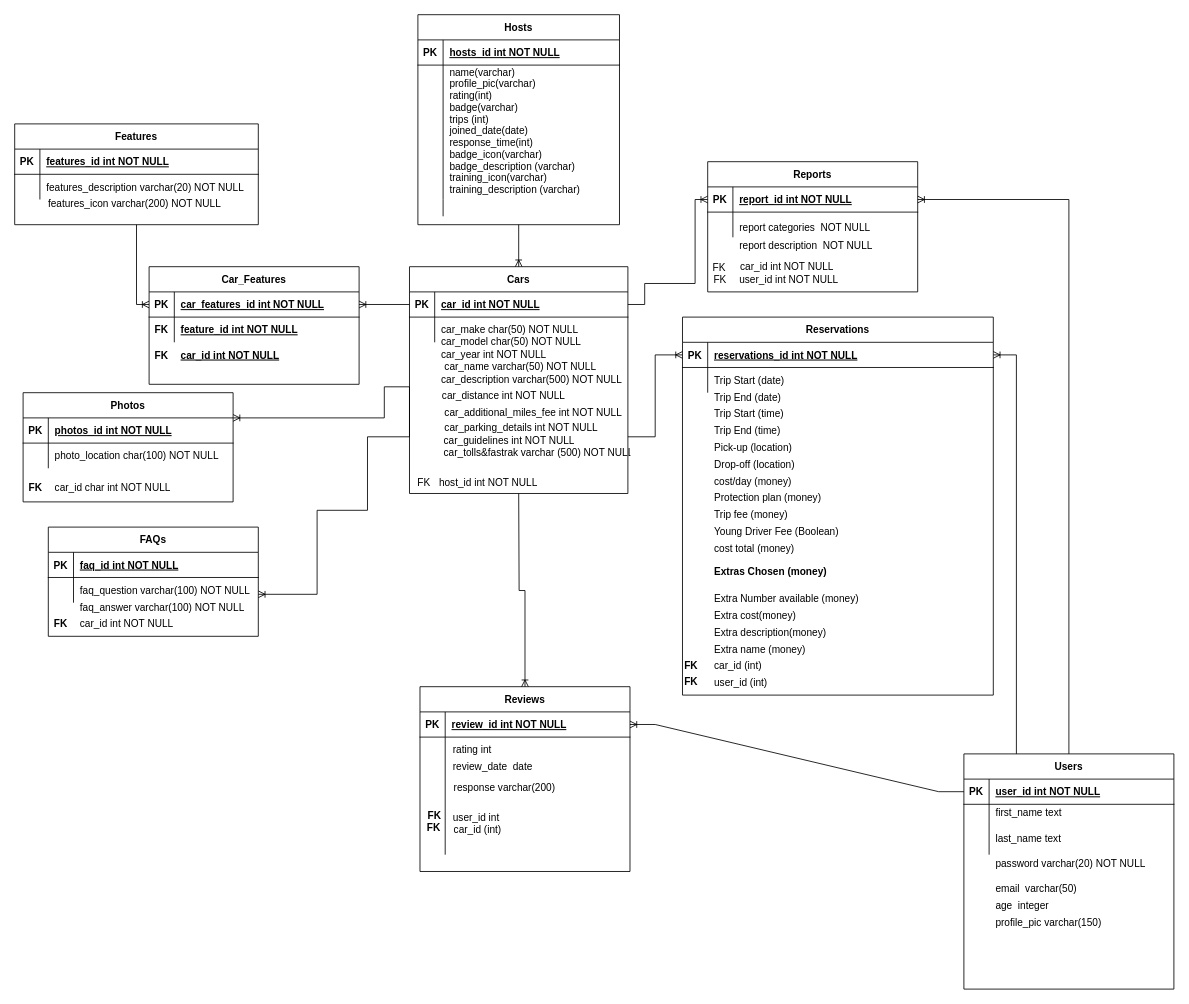
Before: page "ERD" (1 of 2) of Untitled Diagram.drawio in crose275/fec-turo, a draw.io diagram. Source tidied: cells renumbered, new cells numbered last; positions are measured from the earlier drawing's top-left corner, leaving out a move shared by most shapes. Both pictures are drawn from the tidied source at 84%, with x=0, y=0 at pixel (14, 14).
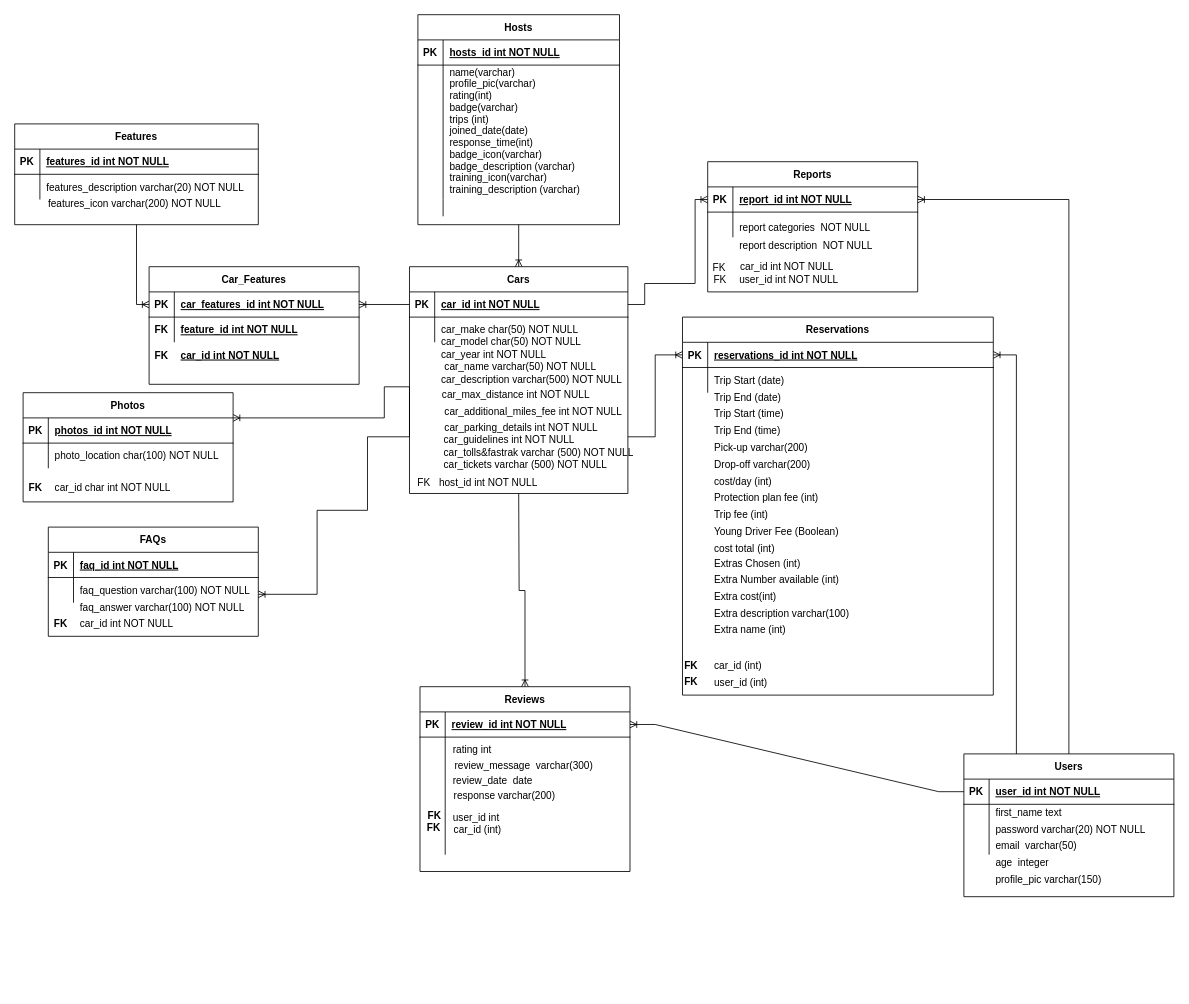
After the change.

The change refers to these unchanged cells:
```xml
<mxCell id="9" style="shape=partialRectangle;fillColor=none;top=0;left=0;right=0;bottom=0;" parent="2" vertex="1">
  <mxGeometry y="80" width="250" height="40" as="geometry" />
</mxCell>
```

The edit, as a diff of the source:
```diff
@@
     <mxCell id="2" value="Users" style="shape=table;startSize=30;childLayout=tableLayout;rowLines=0;fontStyle=1;align=center;" parent="1" vertex="1">
-      <mxGeometry x="1130" y="880" width="250" height="280" as="geometry" />
+      <mxGeometry x="1130" y="880" width="250" height="170" as="geometry" />
     </mxCell>
@@
-    <mxCell id="11" value="last_name text" style="shape=partialRectangle;overflow=hidden;fillColor=none;top=0;left=0;bottom=0;right=0;align=left;spacingLeft=6;" parent="9" vertex="1">
+    <mxCell id="11" style="shape=partialRectangle;overflow=hidden;fillColor=none;top=0;left=0;bottom=0;right=0;align=left;spacingLeft=6;" parent="9" vertex="1">
       <mxGeometry x="30" width="220" height="40" as="geometry" />
     </mxCell>
@@
-    <mxCell id="81" value="Pick-up (location)" style="shape=partialRectangle;overflow=hidden;fillColor=none;top=0;left=0;bottom=0;right=0;align=left;spacingLeft=6;" parent="1" vertex="1">
+    <mxCell id="81" value="Pick-up varchar(200)" style="shape=partialRectangle;overflow=hidden;fillColor=none;top=0;left=0;bottom=0;right=0;align=left;spacingLeft=6;" parent="1" vertex="1">
       <mxGeometry x="825" y="500" width="340" height="30" as="geometry" />
     </mxCell>
@@
-    <mxCell id="89" value="cost/day (money)" style="shape=partialRectangle;overflow=hidden;fillColor=none;top=0;left=0;bottom=0;right=0;align=left;spacingLeft=6;" parent="1" vertex="1">
+    <mxCell id="89" value="cost/day (int)" style="shape=partialRectangle;overflow=hidden;fillColor=none;top=0;left=0;bottom=0;right=0;align=left;spacingLeft=6;" parent="1" vertex="1">
       <mxGeometry x="825" y="540" width="340" height="30" as="geometry" />
     </mxCell>
@@
-    <mxCell id="91" value="cost total (money)" style="shape=partialRectangle;overflow=hidden;fillColor=none;top=0;left=0;bottom=0;right=0;align=left;spacingLeft=6;" parent="1" vertex="1">
+    <mxCell id="91" value="cost total (int)" style="shape=partialRectangle;overflow=hidden;fillColor=none;top=0;left=0;bottom=0;right=0;align=left;spacingLeft=6;" parent="1" vertex="1">
       <mxGeometry x="825" y="620" width="340" height="30" as="geometry" />
     </mxCell>
@@
     <mxCell id="97" style="shape=partialRectangle;fillColor=none;top=0;left=0;right=0;bottom=0;" parent="1" vertex="1">
-      <mxGeometry x="1130" y="1030" width="250" height="20" as="geometry" />
+      <mxGeometry x="1130" y="979" width="250" height="20" as="geometry" />
     </mxCell>
@@
     <mxCell id="100" style="shape=partialRectangle;fillColor=none;top=0;left=0;right=0;bottom=0;" parent="1" vertex="1">
-      <mxGeometry x="1130" y="1000" width="250" height="20" as="geometry" />
+      <mxGeometry x="1130" y="960" width="250" height="20" as="geometry" />
     </mxCell>
@@
     <mxCell id="104" style="shape=partialRectangle;fillColor=none;top=0;left=0;right=0;bottom=0;" parent="1" vertex="1">
-      <mxGeometry x="1130" y="1050" width="250" height="20" as="geometry" />
+      <mxGeometry x="1130" y="999" width="250" height="20" as="geometry" />
     </mxCell>
@@
-    <mxCell id="108" value="Drop-off (location)" style="shape=partialRectangle;overflow=hidden;fillColor=none;top=0;left=0;bottom=0;right=0;align=left;spacingLeft=6;" parent="1" vertex="1">
+    <mxCell id="108" value="Drop-off varchar(200)" style="shape=partialRectangle;overflow=hidden;fillColor=none;top=0;left=0;bottom=0;right=0;align=left;spacingLeft=6;" parent="1" vertex="1">
       <mxGeometry x="825" y="520" width="340" height="30" as="geometry" />
     </mxCell>
@@
-    <mxCell id="114" value="Protection plan (money)" style="shape=partialRectangle;overflow=hidden;fillColor=none;top=0;left=0;bottom=0;right=0;align=left;spacingLeft=6;" parent="1" vertex="1">
+    <mxCell id="114" value="Protection plan fee (int)" style="shape=partialRectangle;overflow=hidden;fillColor=none;top=0;left=0;bottom=0;right=0;align=left;spacingLeft=6;" parent="1" vertex="1">
       <mxGeometry x="825" y="560" width="340" height="30" as="geometry" />
     </mxCell>
@@
-    <mxCell id="118" value="Trip fee (money)" style="shape=partialRectangle;overflow=hidden;fillColor=none;top=0;left=0;bottom=0;right=0;align=left;spacingLeft=6;" parent="1" vertex="1">
+    <mxCell id="118" value="Trip fee (int)" style="shape=partialRectangle;overflow=hidden;fillColor=none;top=0;left=0;bottom=0;right=0;align=left;spacingLeft=6;" parent="1" vertex="1">
       <mxGeometry x="825" y="580" width="340" height="30" as="geometry" />
     </mxCell>
     <mxCell id="119" style="shape=partialRectangle;fillColor=none;top=0;left=0;right=0;bottom=0;" parent="1" vertex="1">
-      <mxGeometry x="1130" y="1070" width="250" height="20" as="geometry" />
+      <mxGeometry x="1130" y="1019" width="250" height="20" as="geometry" />
     </mxCell>
@@
-    <mxCell id="122" value="car_distance int NOT NULL" style="shape=partialRectangle;overflow=hidden;fillColor=none;top=0;left=0;bottom=0;right=0;align=left;spacingLeft=6;" parent="1" vertex="1">
-      <mxGeometry x="501" y="438" width="230" height="30" as="geometry" />
+    <mxCell id="122" value="car_max_distance int NOT NULL" style="shape=partialRectangle;overflow=hidden;fillColor=none;top=0;left=0;bottom=0;right=0;align=left;spacingLeft=6;" parent="1" vertex="1">
+      <mxGeometry x="501" y="437" width="230" height="30" as="geometry" />
     </mxCell>
     <mxCell id="123" value="car_additional_miles_fee int NOT NULL" style="shape=partialRectangle;overflow=hidden;fillColor=none;top=0;left=0;bottom=0;right=0;align=left;spacingLeft=6;" parent="1" vertex="1">
-      <mxGeometry x="504" y="458" width="230" height="30" as="geometry" />
+      <mxGeometry x="504" y="457" width="230" height="30" as="geometry" />
     </mxCell>
@@
-    <mxCell id="132" value="Extra Number available (money)" style="shape=partialRectangle;overflow=hidden;fillColor=none;top=0;left=0;bottom=0;right=0;align=left;spacingLeft=6;" parent="1" vertex="1">
-      <mxGeometry x="825" y="680" width="340" height="30" as="geometry" />
+    <mxCell id="132" value="Extra Number available (int)" style="shape=partialRectangle;overflow=hidden;fillColor=none;top=0;left=0;bottom=0;right=0;align=left;spacingLeft=6;" parent="1" vertex="1">
+      <mxGeometry x="825" y="657" width="340" height="30" as="geometry" />
     </mxCell>
@@
-    <mxCell id="134" value="Extra cost(money)" style="shape=partialRectangle;overflow=hidden;fillColor=none;top=0;left=0;bottom=0;right=0;align=left;spacingLeft=6;" parent="1" vertex="1">
-      <mxGeometry x="825" y="700" width="340" height="30" as="geometry" />
+    <mxCell id="134" value="Extra cost(int)" style="shape=partialRectangle;overflow=hidden;fillColor=none;top=0;left=0;bottom=0;right=0;align=left;spacingLeft=6;" parent="1" vertex="1">
+      <mxGeometry x="825" y="677" width="340" height="30" as="geometry" />
     </mxCell>
     <mxCell id="135" value="car_guidelines int NOT NULL" style="shape=partialRectangle;overflow=hidden;fillColor=none;top=0;left=0;bottom=0;right=0;align=left;spacingLeft=6;" parent="1" vertex="1">
-      <mxGeometry x="503" y="491" width="230" height="30" as="geometry" />
+      <mxGeometry x="503" y="490" width="230" height="30" as="geometry" />
     </mxCell>
-    <mxCell id="136" value="Extra description(money) " style="shape=partialRectangle;overflow=hidden;fillColor=none;top=0;left=0;bottom=0;right=0;align=left;spacingLeft=6;" parent="1" vertex="1">
-      <mxGeometry x="825" y="720" width="340" height="30" as="geometry" />
+    <mxCell id="136" value="Extra description varchar(100)" style="shape=partialRectangle;overflow=hidden;fillColor=none;top=0;left=0;bottom=0;right=0;align=left;spacingLeft=6;" parent="1" vertex="1">
+      <mxGeometry x="825" y="697" width="340" height="30" as="geometry" />
     </mxCell>
@@
-    <mxCell id="138" value="Extra name (money) " style="shape=partialRectangle;overflow=hidden;fillColor=none;top=0;left=0;bottom=0;right=0;align=left;spacingLeft=6;" parent="1" vertex="1">
-      <mxGeometry x="825" y="740" width="340" height="30" as="geometry" />
+    <mxCell id="138" value="Extra name (int) " style="shape=partialRectangle;overflow=hidden;fillColor=none;top=0;left=0;bottom=0;right=0;align=left;spacingLeft=6;" parent="1" vertex="1">
+      <mxGeometry x="825" y="717" width="340" height="30" as="geometry" />
     </mxCell>
@@
-    <mxCell id="140" value="Extras Chosen (money)" style="shape=partialRectangle;overflow=hidden;fillColor=none;top=0;left=0;bottom=0;right=0;align=left;spacingLeft=6;fontStyle=1;" parent="1" vertex="1">
-      <mxGeometry x="825" y="647" width="340" height="30" as="geometry" />
+    <mxCell id="140" value="Extras Chosen (int)" style="shape=partialRectangle;overflow=hidden;fillColor=none;top=0;left=0;bottom=0;right=0;align=left;spacingLeft=6;fontStyle=0;" parent="1" vertex="1">
+      <mxGeometry x="825" y="638" width="340" height="30" as="geometry" />
     </mxCell>
@@
     <mxCell id="143" value="car_tolls&amp;fastrak varchar (500) NOT NULL" style="shape=partialRectangle;overflow=hidden;fillColor=none;top=0;left=0;bottom=0;right=0;align=left;spacingLeft=6;" parent="1" vertex="1">
-      <mxGeometry x="503" y="506" width="230" height="30" as="geometry" />
+      <mxGeometry x="503" y="506" width="237" height="30" as="geometry" />
     </mxCell>
@@
     <mxCell id="146" value="review_date  date" style="shape=partialRectangle;overflow=hidden;fillColor=none;top=0;left=0;bottom=0;right=0;align=left;spacingLeft=6;" parent="1" vertex="1">
-      <mxGeometry x="514" y="880" width="340" height="30" as="geometry" />
+      <mxGeometry x="514" y="896" width="340" height="30" as="geometry" />
     </mxCell>
@@
     <mxCell id="153" value="response varchar(200)" style="shape=partialRectangle;overflow=hidden;fillColor=none;top=0;left=0;bottom=0;right=0;align=left;spacingLeft=6;" parent="1" vertex="1">
-      <mxGeometry x="515" y="905" width="340" height="30" as="geometry" />
+      <mxGeometry x="515" y="914" width="340" height="30" as="geometry" />
     </mxCell>
@@
+    <mxCell id="158" value="car_tickets varchar (500) NOT NULL" style="shape=partialRectangle;overflow=hidden;fillColor=none;top=0;left=0;bottom=0;right=0;align=left;spacingLeft=6;" parent="1" vertex="1">
+      <mxGeometry x="503" y="520" width="230" height="30" as="geometry" />
+    </mxCell>
+    <mxCell id="159" value="review_message  varchar(300)" style="shape=partialRectangle;overflow=hidden;fillColor=none;top=0;left=0;bottom=0;right=0;align=left;spacingLeft=6;" parent="1" vertex="1">
+      <mxGeometry x="516" y="878" width="340" height="30" as="geometry" />
+    </mxCell>
```
